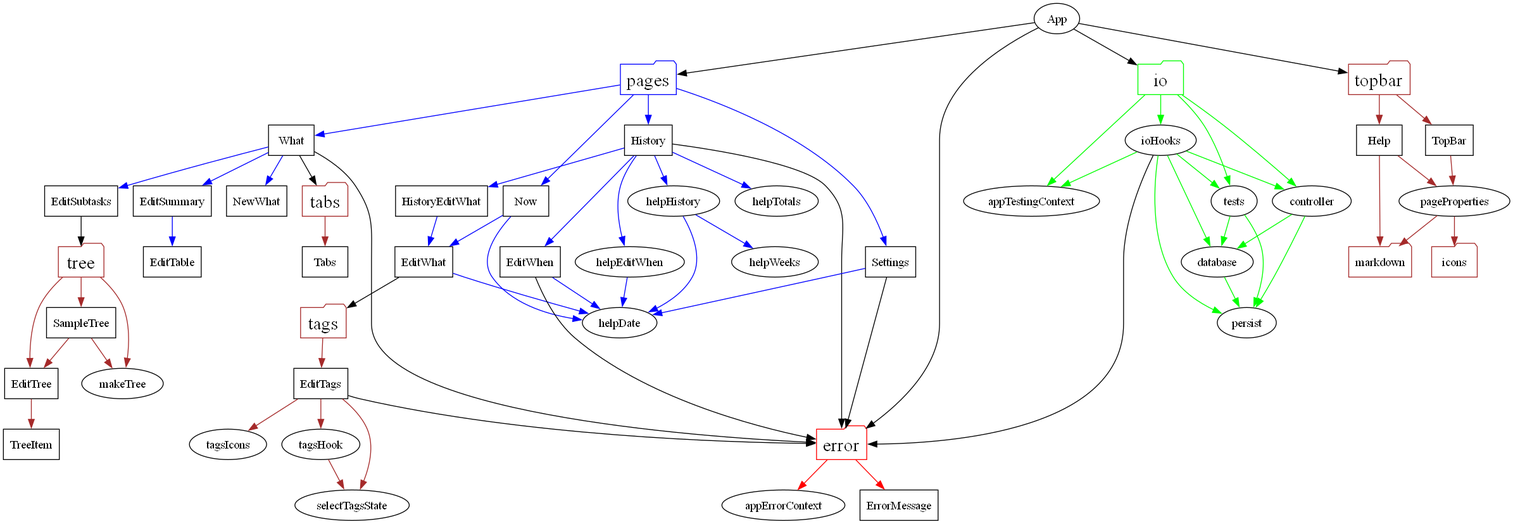
cwellsx/time keeps this Graphviz diagram as dependencies/dependencies_2.png. Above is the earlier version. Its source is kept beside it as dependencies/dependencies_2.dot.
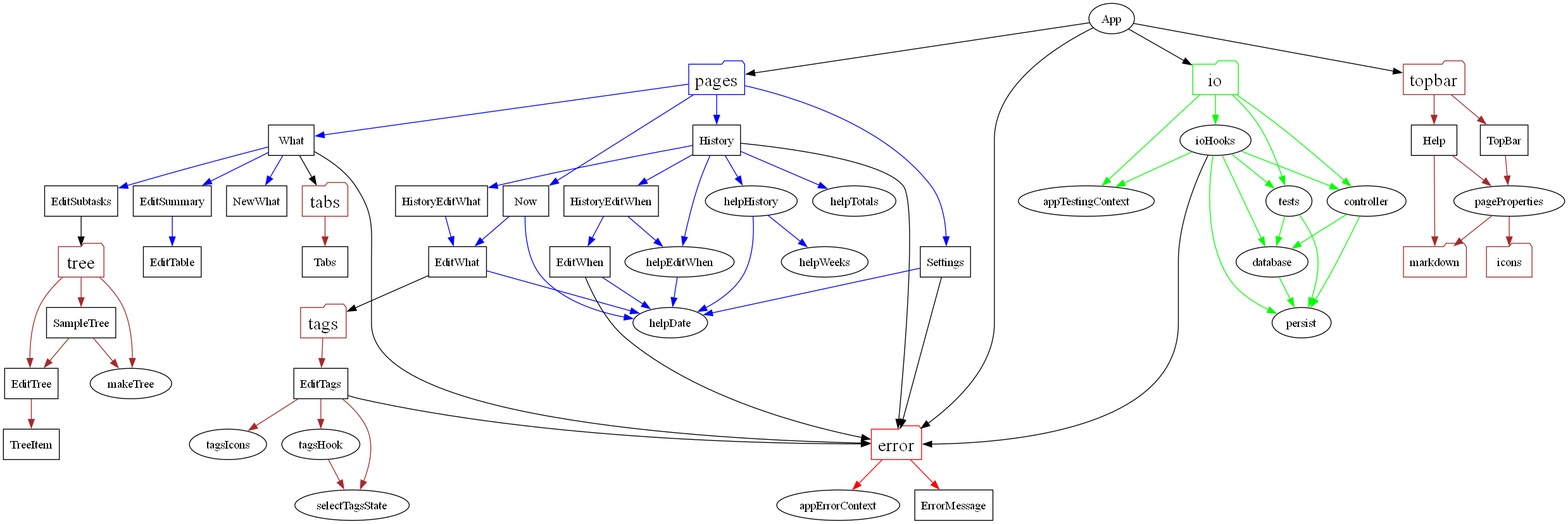
Later version of the same file.

Commit message:
Don't reorder history when editing time

The edit, as a diff of the source:
```diff
@@ -32,6 +32,7 @@
   "History" [shape=rect];
   "Settings" [shape=rect];
   "HistoryEditWhat" [shape=rect];
+  "HistoryEditWhen" [shape=rect];
   "EditWhat" [shape=rect];
   "EditWhen" [shape=rect];
   "EditTable" [shape=rect];
@@ -46,8 +47,9 @@
   "What" -> {"NewWhat" "EditSummary" "EditSubtasks"} [color=blue];
   "EditSummary" -> {"EditTable"} [color=blue];
   "EditSubtasks" -> {"tree"};
-  "History" -> {"helpHistory" "helpTotals" "HistoryEditWhat" "EditWhen" "helpEditWhen"} [color=blue];
+  "History" -> {"helpHistory" "helpTotals" "HistoryEditWhat" "HistoryEditWhen" "helpEditWhen"} [color=blue];
   "HistoryEditWhat" -> {"EditWhat"} [color=blue];
+  "HistoryEditWhen" -> {"EditWhen" "helpEditWhen"} [color=blue];
   "History" -> {"error"};
   "Settings" -> {"helpDate"} [color=blue];
   "Settings" -> {"error"};
```
